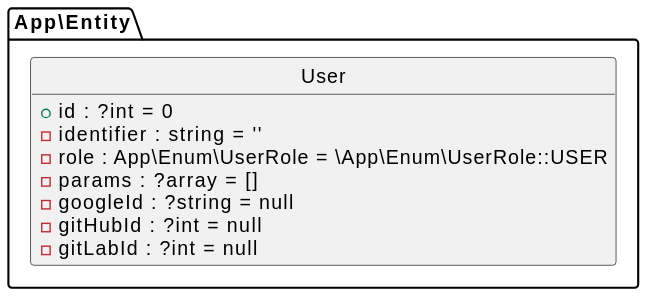
The PlantUML diagram assets/docs/database.svg in elkuku/symfony-playground-two, before a commit.
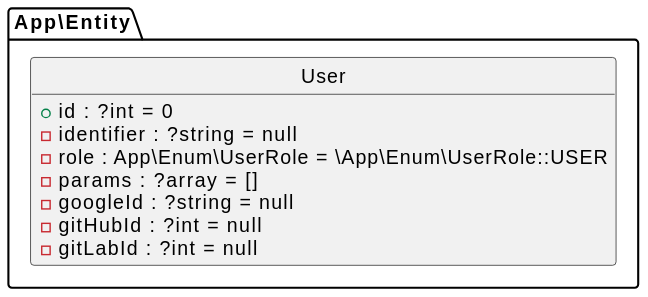
After the change.

Diff of the diagram source:
```diff
@@ -8,7 +8,7 @@
 !theme _none_
 class App\Entity\User {
 + id : ?int = 0
-- identifier : string = ''
+- identifier : ?string = null
 - role : App\Enum\UserRole = \App\Enum\UserRole::USER
 - params : ?array = []
 - googleId : ?string = null
```
